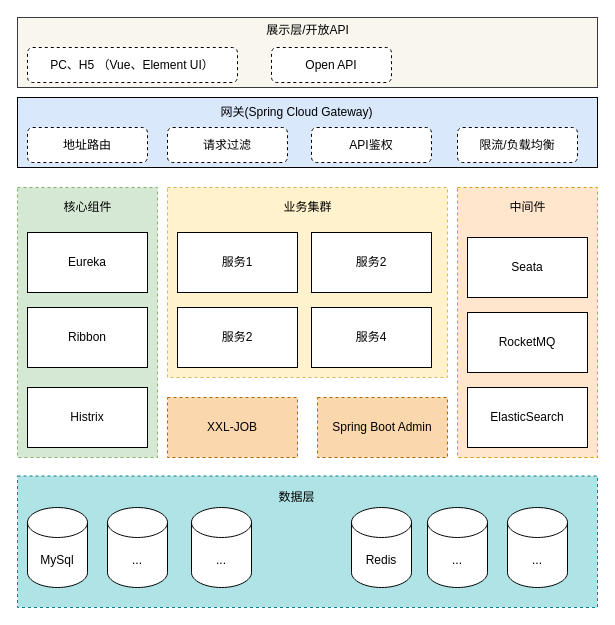
Earlier version of the draw.io diagram rongda-dep/牙管家-技术架构图.drawio (cherishsince/diagrams.net). Source tidied: cells renumbered, new cells numbered last; positions are measured from the earlier drawing's top-left corner, leaving out a move shared by most shapes. Both pictures are drawn from the tidied source at 100%, with x=0, y=0 at pixel (17, 17).
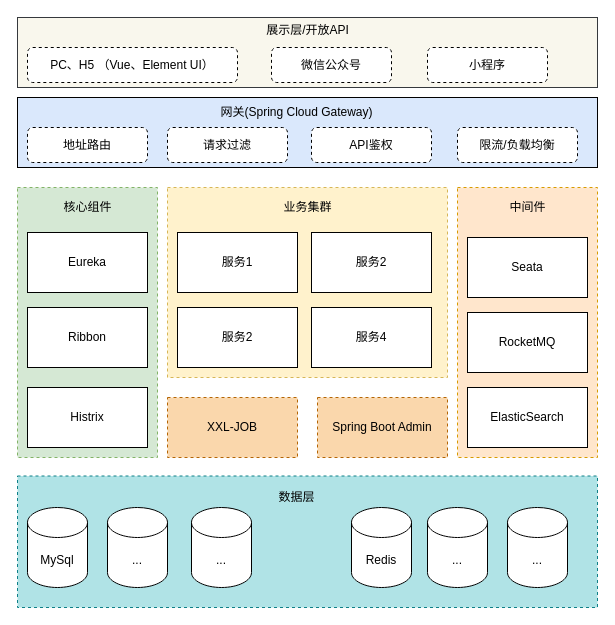
The same diagram, later.

Commit message (it also covers changes not shown here):
更新牙管家-技术架构图.drawio

Change to the diagram source:
```diff
@@
-    <mxCell id="30" value="Open API" style="rounded=1;whiteSpace=wrap;html=1;dashed=1;" parent="1" vertex="1">
+    <mxCell id="30" value="微信公众号" style="rounded=1;whiteSpace=wrap;html=1;dashed=1;" parent="1" vertex="1">
       <mxGeometry x="254" y="30" width="120" height="35" as="geometry" />
     </mxCell>
@@
+    <mxCell id="38" value="小程序" style="rounded=1;whiteSpace=wrap;html=1;dashed=1;" parent="1" vertex="1">
+      <mxGeometry x="410" y="30" width="120" height="35" as="geometry" />
+    </mxCell>
```
